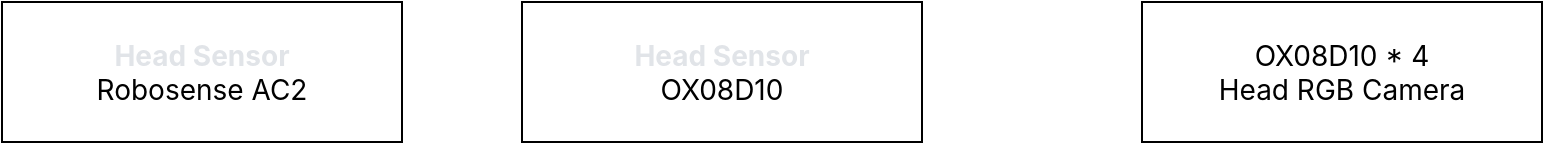
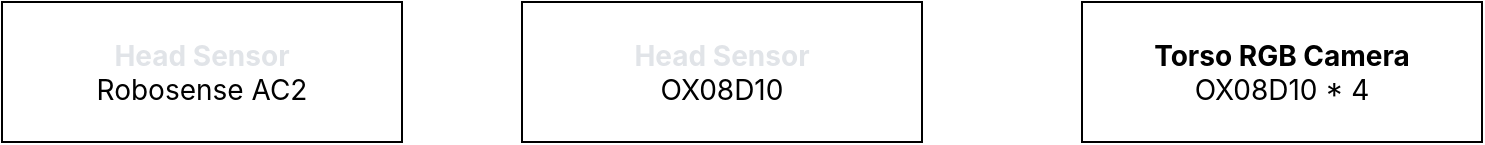
<mxfile host="app.diagrams.net">
  <diagram name="第 1 页" id="LXRXHt9DRMbfsnbOX2XS">
    <mxGraphModel dx="1947" dy="734" grid="1" gridSize="10" guides="1" tooltips="1" connect="1" arrows="1" fold="1" page="1" pageScale="1" pageWidth="827" pageHeight="1169" math="0" shadow="0">
      <root>
        <mxCell id="0" />
        <mxCell id="1" parent="0" />
        <mxCell id="if_Ictj8y_H9tt94Ulmm-2" parent="1" style="rounded=0;whiteSpace=wrap;html=1;" value="&lt;div&gt;&lt;span style=&quot;font-family: -apple-system, BlinkMacSystemFont, &amp;quot;Segoe WPC&amp;quot;, &amp;quot;Segoe UI&amp;quot;, system-ui, Ubuntu, &amp;quot;Droid Sans&amp;quot;, sans-serif; font-size: 14px; text-align: start;&quot;&gt;&lt;font style=&quot;color: light-dark(rgb(225, 228, 232), rgb(255, 255, 255));&quot;&gt;&lt;b&gt;Head Sensor&lt;/b&gt;&lt;/font&gt;&lt;/span&gt;&lt;/div&gt;&lt;div&gt;&lt;span style=&quot;font-family: -apple-system, BlinkMacSystemFont, &amp;quot;Segoe WPC&amp;quot;, &amp;quot;Segoe UI&amp;quot;, system-ui, Ubuntu, &amp;quot;Droid Sans&amp;quot;, sans-serif; font-size: 14px; text-align: start;&quot;&gt;Robosense AC2&lt;/span&gt;&lt;/div&gt;" vertex="1">
          <mxGeometry height="70" width="200" x="-30" y="210" as="geometry" />
        </mxCell>
-         <mxCell id="if_Ictj8y_H9tt94Ulmm-3" parent="1" style="rounded=0;whiteSpace=wrap;html=1;align=center;" value="&lt;div style=&quot;&quot;&gt;&lt;span style=&quot;background-color: transparent; color: light-dark(rgb(0, 0, 0), rgb(255, 255, 255)); font-size: 14px;&quot;&gt;&lt;font face=&quot;-apple-system, BlinkMacSystemFont, Segoe WPC, Segoe UI, system-ui, Ubuntu, Droid Sans, sans-serif&quot;&gt;OX08D10 * 4&lt;/font&gt;&lt;/span&gt;&lt;/div&gt;&lt;div style=&quot;&quot;&gt;&lt;font face=&quot;-apple-system, BlinkMacSystemFont, Segoe WPC, Segoe UI, system-ui, Ubuntu, Droid Sans, sans-serif&quot;&gt;&lt;span style=&quot;font-size: 14px;&quot;&gt;Head RGB Camera&lt;/span&gt;&lt;/font&gt;&lt;/div&gt;" vertex="1">
-           <mxGeometry height="70" width="200" x="540" y="210" as="geometry" />
+         <mxCell id="if_Ictj8y_H9tt94Ulmm-3" parent="1" style="rounded=0;whiteSpace=wrap;html=1;align=center;" value="&lt;div style=&quot;&quot;&gt;&lt;span style=&quot;font-family: -apple-system, BlinkMacSystemFont, &amp;quot;Segoe WPC&amp;quot;, &amp;quot;Segoe UI&amp;quot;, system-ui, Ubuntu, &amp;quot;Droid Sans&amp;quot;, sans-serif; font-size: 14px;&quot;&gt;&lt;b&gt;Torso RGB Camera&lt;/b&gt;&lt;/span&gt;&lt;span style=&quot;background-color: transparent; color: light-dark(rgb(0, 0, 0), rgb(255, 255, 255)); font-size: 14px;&quot;&gt;&lt;font face=&quot;-apple-system, BlinkMacSystemFont, Segoe WPC, Segoe UI, system-ui, Ubuntu, Droid Sans, sans-serif&quot;&gt;&lt;/font&gt;&lt;/span&gt;&lt;/div&gt;&lt;div style=&quot;&quot;&gt;&lt;span style=&quot;background-color: transparent; color: light-dark(rgb(0, 0, 0), rgb(255, 255, 255)); font-size: 14px;&quot;&gt;&lt;font face=&quot;-apple-system, BlinkMacSystemFont, Segoe WPC, Segoe UI, system-ui, Ubuntu, Droid Sans, sans-serif&quot;&gt;OX08D10 * 4&lt;/font&gt;&lt;/span&gt;&lt;/div&gt;" vertex="1">
+           <mxGeometry height="70" width="200" x="510" y="210" as="geometry" />
        </mxCell>
        <mxCell id="0J0jtPP8bCpQZUBdG7A1-1" parent="1" style="rounded=0;whiteSpace=wrap;html=1;" value="&lt;div&gt;&lt;span style=&quot;font-family: -apple-system, BlinkMacSystemFont, &amp;quot;Segoe WPC&amp;quot;, &amp;quot;Segoe UI&amp;quot;, system-ui, Ubuntu, &amp;quot;Droid Sans&amp;quot;, sans-serif; font-size: 14px; text-align: start;&quot;&gt;&lt;font style=&quot;color: light-dark(rgb(225, 228, 232), rgb(255, 255, 255));&quot;&gt;&lt;b&gt;Head Sensor&lt;/b&gt;&lt;/font&gt;&lt;/span&gt;&lt;/div&gt;&lt;div&gt;&lt;span style=&quot;font-family: -apple-system, BlinkMacSystemFont, &amp;quot;Segoe WPC&amp;quot;, &amp;quot;Segoe UI&amp;quot;, system-ui, Ubuntu, &amp;quot;Droid Sans&amp;quot;, sans-serif; font-size: 14px; text-align: start;&quot;&gt;OX08D10&lt;/span&gt;&lt;/div&gt;" vertex="1">
          <mxGeometry height="70" width="200" x="230" y="210" as="geometry" />
        </mxCell>
      </root>
    </mxGraphModel>
  </diagram>
</mxfile>
